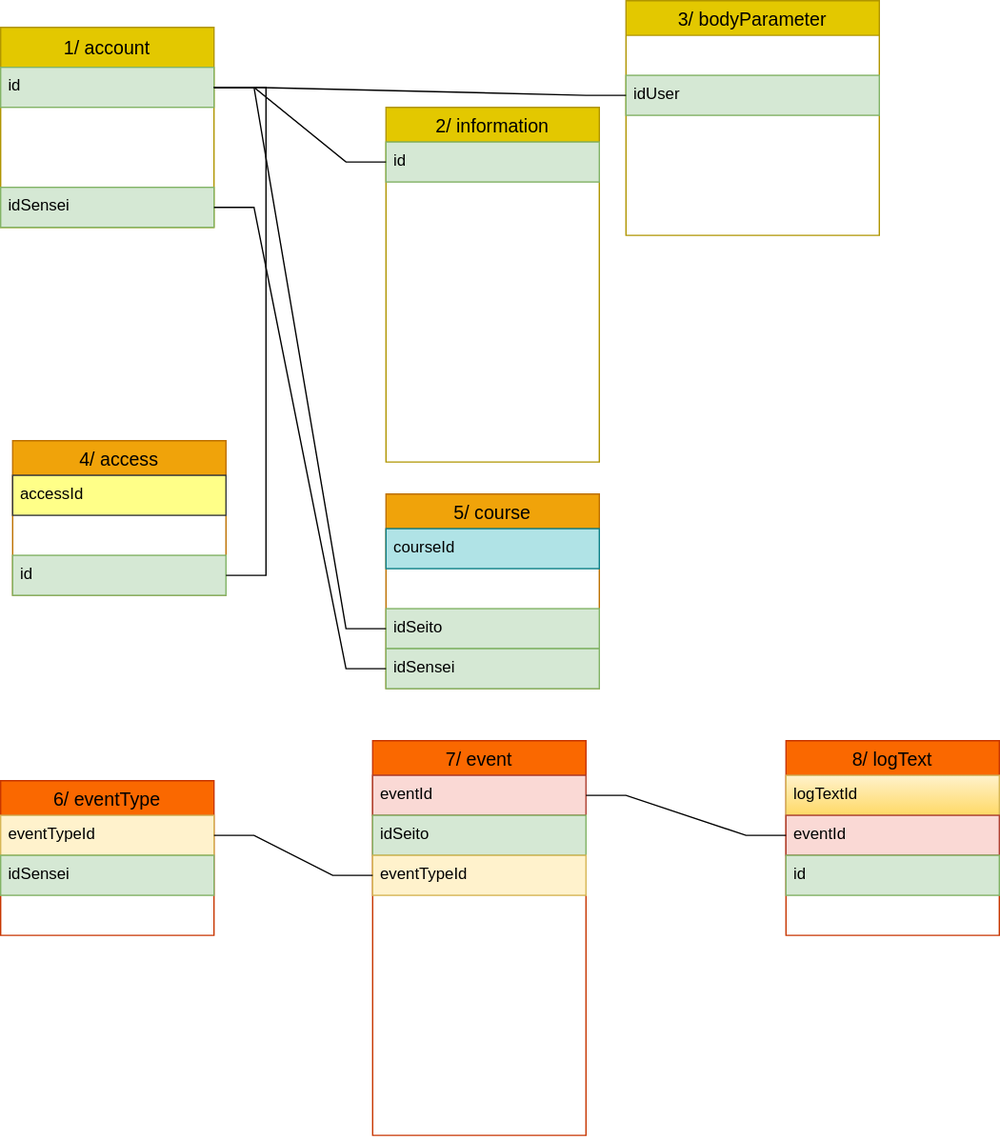
Earlier version of the draw.io export database/データベースの構造.drawio.svg (Yoshiki217/traning). Source tidied: cells renumbered, new cells last; positions are measured from the earlier drawing's top-left corner, leaving out a move shared by most shapes.
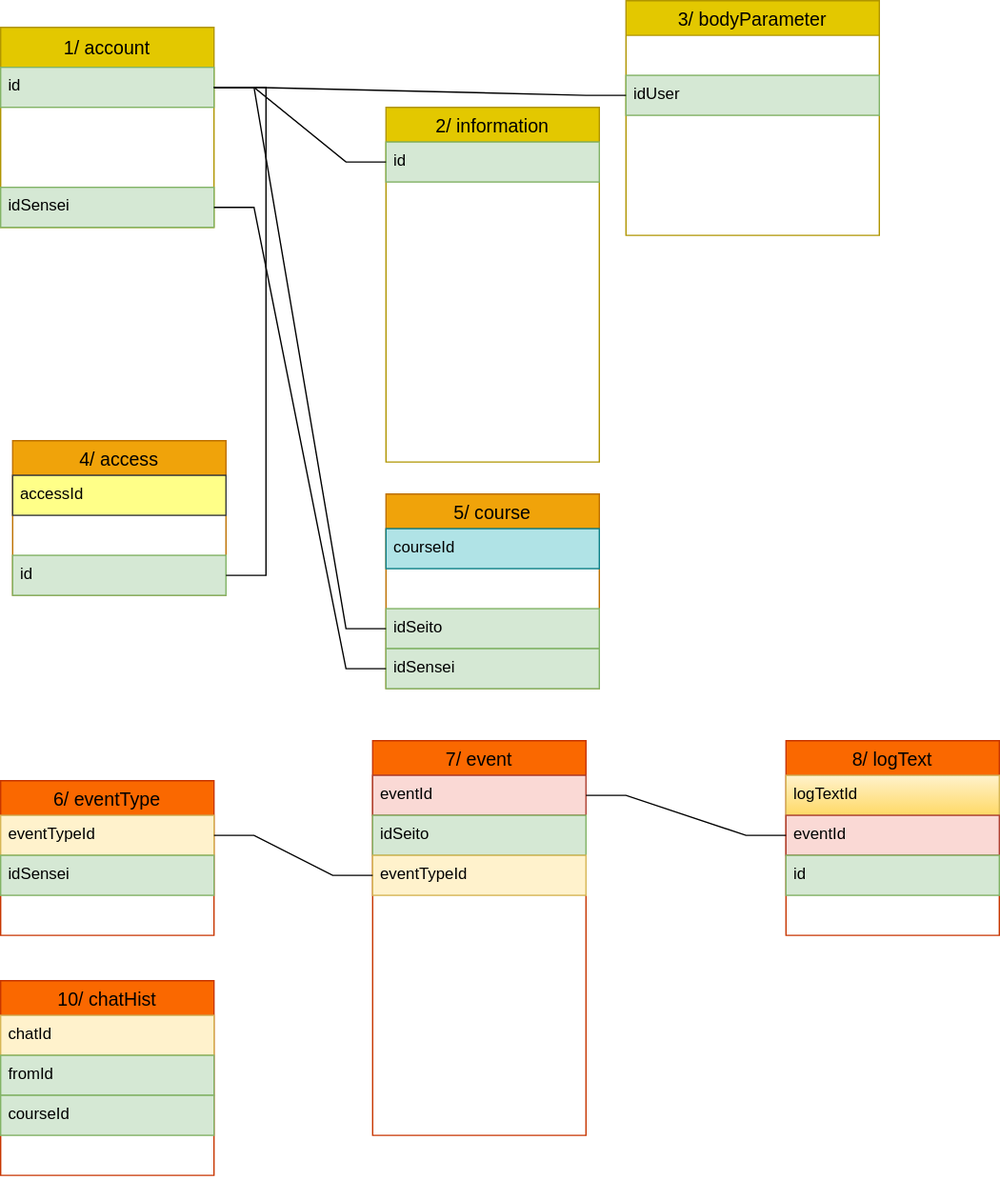
After the commit.

The edit, as a diff of the source:
```diff
@@ -167,5 +167,20 @@
     <mxCell id="56" style="edgeStyle=entityRelationEdgeStyle;fontSize=12;html=1;endArrow=none;rounded=0;fontColor=#FFFFFF;endFill=0;entryX=0;entryY=0.5;entryDx=0;entryDy=0;" parent="1" edge="1" source="21" target="30">
       <mxGeometry relative="1" as="geometry" />
     </mxCell>
+    <mxCell id="57" value="10/ chatHist" style="swimlane;fontStyle=0;horizontal=1;startSize=26;align=center;fontSize=14;fillColor=#fa6800;fontColor=#000000;strokeColor=#C73500;" parent="1" vertex="1">
+      <mxGeometry y="735" width="160" height="146" as="geometry" />
+    </mxCell>
+    <mxCell id="58" value="chatId" style="text;strokeColor=#d6b656;fillColor=#fff2cc;spacingLeft=4;spacingRight=4;overflow=hidden;fontSize=12;fontColor=#000000;" parent="57" vertex="1">
+      <mxGeometry y="26" width="160" height="30" as="geometry" />
+    </mxCell>
+    <mxCell id="59" value="fromId" style="text;strokeColor=#82b366;fillColor=#d5e8d4;spacingLeft=4;spacingRight=4;overflow=hidden;fontSize=12;fontColor=#000000;" parent="57" vertex="1">
+      <mxGeometry y="56" width="160" height="30" as="geometry" />
+    </mxCell>
+    <mxCell id="60" value="courseId" style="text;strokeColor=#82b366;fillColor=#d5e8d4;spacingLeft=4;spacingRight=4;overflow=hidden;fontSize=12;fontColor=#000000;" parent="57" vertex="1">
+      <mxGeometry y="86" width="160" height="30" as="geometry" />
+    </mxCell>
+    <mxCell id="61" value="text" style="text;strokeColor=none;fillColor=none;spacingLeft=4;spacingRight=4;overflow=hidden;fontSize=12;fontColor=#FFFFFF;" parent="57" vertex="1">
+      <mxGeometry y="116" width="160" height="30" as="geometry" />
+    </mxCell>
   </root>
 </mxGraphModel>
```
